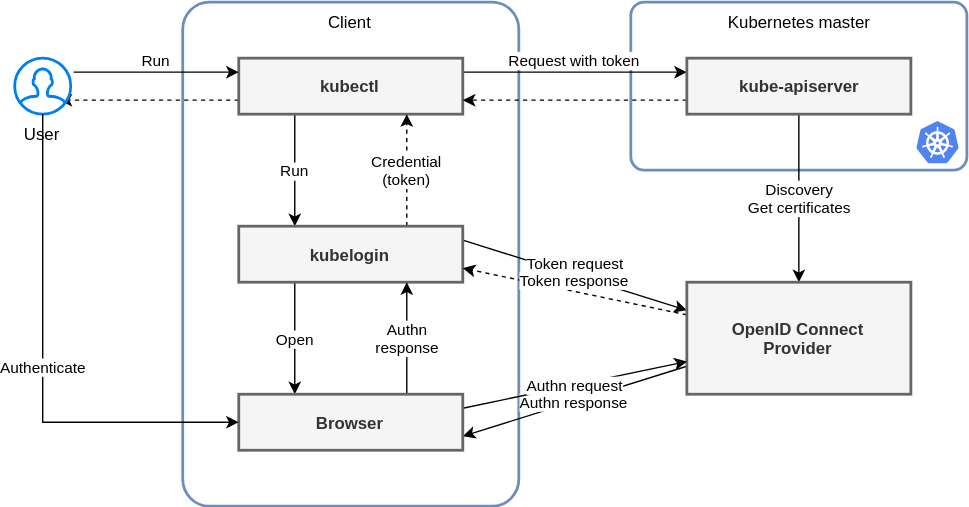
Earlier version of the draw.io export docs/credential-plugin-diagram.svg (int128/kubelogin). Source tidied: cells renumbered, new cells last; positions are measured from the earlier drawing's top-left corner, leaving out a move shared by most shapes.
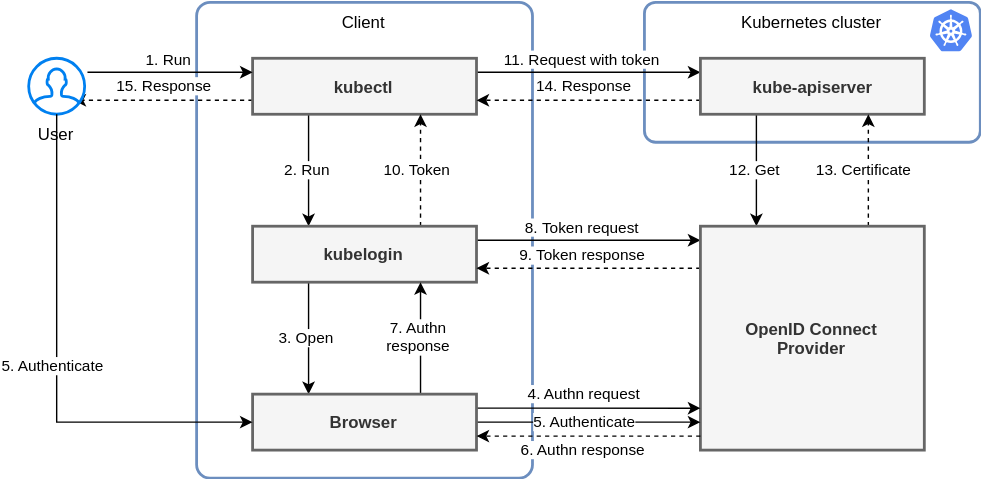
Above is the later version.

Change to the diagram source:
```diff
@@ -2,34 +2,34 @@
   <root>
     <mxCell id="0" />
     <mxCell id="1" parent="0" />
-    <mxCell id="2" value="Kubernetes master" style="rounded=1;whiteSpace=wrap;html=1;strokeWidth=2;fillColor=none;arcSize=8;strokeColor=#6c8ebf;verticalAlign=top;" parent="1" vertex="1">
-      <mxGeometry x="440" width="240" height="120" as="geometry" />
+    <mxCell id="2" value="Kubernetes cluster" style="rounded=1;whiteSpace=wrap;html=1;strokeWidth=2;fillColor=none;arcSize=8;strokeColor=#6c8ebf;verticalAlign=top;" parent="1" vertex="1">
+      <mxGeometry x="440" width="240" height="100" as="geometry" />
     </mxCell>
-    <mxCell id="3" value="Client" style="rounded=1;whiteSpace=wrap;html=1;strokeWidth=2;fillColor=none;arcSize=8;strokeColor=#6c8ebf;verticalAlign=top;" parent="1" vertex="1">
-      <mxGeometry x="120" width="240" height="360" as="geometry" />
+    <mxCell id="3" value="Client" style="rounded=1;whiteSpace=wrap;html=1;strokeWidth=2;fillColor=none;arcSize=4;strokeColor=#6c8ebf;verticalAlign=top;" parent="1" vertex="1">
+      <mxGeometry x="120" width="240" height="340" as="geometry" />
     </mxCell>
-    <mxCell id="4" value="Request with token" style="edgeStyle=orthogonalEdgeStyle;rounded=0;jettySize=auto;html=1;exitX=1;exitY=0.25;exitDx=0;exitDy=0;entryX=0;entryY=0.25;entryDx=0;entryDy=0;verticalAlign=bottom;" parent="1" edge="1" source="7" target="10">
+    <mxCell id="4" value="11. Request with token" style="edgeStyle=orthogonalEdgeStyle;rounded=0;jettySize=auto;html=1;exitX=1;exitY=0.25;exitDx=0;exitDy=0;entryX=0;entryY=0.25;entryDx=0;entryDy=0;verticalAlign=bottom;" parent="1" edge="1" source="7" target="10">
       <mxGeometry relative="1" as="geometry" />
     </mxCell>
-    <mxCell id="5" value="Run" style="edgeStyle=orthogonalEdgeStyle;rounded=0;jettySize=auto;html=1;exitX=0.25;exitY=1;exitDx=0;exitDy=0;entryX=0.25;entryY=0;entryDx=0;entryDy=0;" parent="1" edge="1" source="7" target="16">
+    <mxCell id="5" value="2. Run" style="edgeStyle=orthogonalEdgeStyle;rounded=0;jettySize=auto;html=1;exitX=0.25;exitY=1;exitDx=0;exitDy=0;entryX=0.25;entryY=0;entryDx=0;entryDy=0;" parent="1" edge="1" source="7" target="16">
       <mxGeometry relative="1" as="geometry" />
     </mxCell>
-    <mxCell id="6" style="rounded=0;jettySize=auto;html=1;exitX=0;exitY=0.75;exitDx=0;exitDy=0;entryX=0.8;entryY=0.75;entryDx=0;entryDy=0;entryPerimeter=0;dashed=1;" parent="1" edge="1" source="7" target="12">
-      <mxGeometry relative="1" as="geometry" />
+    <mxCell id="6" value="15. Response" style="rounded=0;jettySize=auto;html=1;exitX=0;exitY=0.75;exitDx=0;exitDy=0;entryX=0.8;entryY=0.75;entryDx=0;entryDy=0;entryPerimeter=0;dashed=1;" parent="1" edge="1" source="7" target="12">
+      <mxGeometry x="-0.06" y="-10" relative="1" as="geometry" />
     </mxCell>
     <mxCell id="7" value="kubectl" style="rounded=0;whiteSpace=wrap;html=1;fillColor=#f5f5f5;strokeColor=#666666;fontColor=#333333;strokeWidth=2;fontStyle=1;" parent="1" vertex="1">
       <mxGeometry x="160" y="40" width="160" height="40" as="geometry" />
     </mxCell>
-    <mxCell id="8" style="edgeStyle=orthogonalEdgeStyle;rounded=0;jettySize=auto;html=1;exitX=0;exitY=0.75;exitDx=0;exitDy=0;entryX=1;entryY=0.75;entryDx=0;entryDy=0;dashed=1;" parent="1" edge="1" source="10" target="7">
-      <mxGeometry relative="1" as="geometry" />
+    <mxCell id="8" value="14. Response" style="edgeStyle=orthogonalEdgeStyle;rounded=0;jettySize=auto;html=1;exitX=0;exitY=0.75;exitDx=0;exitDy=0;entryX=1;entryY=0.75;entryDx=0;entryDy=0;dashed=1;" parent="1" edge="1" source="10" target="7">
+      <mxGeometry y="-10" relative="1" as="geometry" />
     </mxCell>
-    <mxCell id="9" value="Discovery&lt;br&gt;Get certificates" style="edgeStyle=orthogonalEdgeStyle;rounded=0;jettySize=auto;html=1;exitX=0.5;exitY=1;exitDx=0;exitDy=0;" parent="1" edge="1" source="10" target="19">
+    <mxCell id="9" value="12. Get" style="edgeStyle=orthogonalEdgeStyle;rounded=0;jettySize=auto;html=1;exitX=0.25;exitY=1;exitDx=0;exitDy=0;entryX=0.25;entryY=0;entryDx=0;entryDy=0;" parent="1" edge="1" source="10" target="19">
       <mxGeometry relative="1" as="geometry" />
     </mxCell>
     <mxCell id="10" value="kube-apiserver" style="rounded=0;whiteSpace=wrap;html=1;fillColor=#f5f5f5;strokeColor=#666666;fontColor=#333333;strokeWidth=2;fontStyle=1;" parent="1" vertex="1">
       <mxGeometry x="480" y="40" width="160" height="40" as="geometry" />
     </mxCell>
-    <mxCell id="11" value="Run" style="rounded=0;jettySize=auto;html=1;entryX=0;entryY=0.25;entryDx=0;entryDy=0;verticalAlign=bottom;" parent="1" edge="1" target="7">
+    <mxCell id="11" value="1. Run" style="rounded=0;jettySize=auto;html=1;entryX=0;entryY=0.25;entryDx=0;entryDy=0;verticalAlign=bottom;" parent="1" edge="1" target="7">
       <mxGeometry relative="1" as="geometry">
         <mxPoint x="42" y="50" as="sourcePoint" />
       </mxGeometry>
@@ -37,43 +37,51 @@
     <mxCell id="12" value="User" style="html=1;verticalLabelPosition=bottom;align=center;labelBackgroundColor=#ffffff;verticalAlign=top;strokeWidth=2;strokeColor=#0080F0;fillColor=#ffffff;shadow=0;dashed=0;shape=mxgraph.ios7.icons.user;" parent="1" vertex="1">
       <mxGeometry y="40" width="40" height="40" as="geometry" />
     </mxCell>
-    <mxCell id="13" value="Credential&lt;br&gt;(token)" style="edgeStyle=orthogonalEdgeStyle;rounded=0;jettySize=auto;html=1;exitX=0.75;exitY=0;exitDx=0;exitDy=0;entryX=0.75;entryY=1;entryDx=0;entryDy=0;dashed=1;" parent="1" edge="1" source="16" target="7">
+    <mxCell id="13" value="10. Token" style="edgeStyle=orthogonalEdgeStyle;rounded=0;jettySize=auto;html=1;exitX=0.75;exitY=0;exitDx=0;exitDy=0;entryX=0.75;entryY=1;entryDx=0;entryDy=0;dashed=1;" parent="1" edge="1" source="16" target="7">
       <mxGeometry relative="1" as="geometry" />
     </mxCell>
-    <mxCell id="14" value="Token request" style="edgeStyle=none;rounded=0;jettySize=auto;html=1;exitX=1;exitY=0.25;exitDx=0;exitDy=0;verticalAlign=bottom;entryX=0;entryY=0.25;entryDx=0;entryDy=0;" parent="1" edge="1" source="16" target="19">
+    <mxCell id="14" value="8.&amp;nbsp;Token request" style="edgeStyle=none;rounded=0;jettySize=auto;html=1;exitX=1;exitY=0.25;exitDx=0;exitDy=0;verticalAlign=bottom;entryX=0;entryY=0.063;entryDx=0;entryDy=0;entryPerimeter=0;" parent="1" edge="1" source="16" target="19">
       <mxGeometry relative="1" as="geometry" />
     </mxCell>
-    <mxCell id="15" value="Open" style="edgeStyle=none;rounded=0;jettySize=auto;html=1;entryX=0.25;entryY=0;entryDx=0;entryDy=0;exitX=0.25;exitY=1;exitDx=0;exitDy=0;" parent="1" edge="1" source="16" target="22">
+    <mxCell id="15" value="3. Open" style="edgeStyle=none;rounded=0;jettySize=auto;html=1;entryX=0.25;entryY=0;entryDx=0;entryDy=0;exitX=0.25;exitY=1;exitDx=0;exitDy=0;" parent="1" edge="1" source="16" target="22">
       <mxGeometry relative="1" as="geometry" />
     </mxCell>
     <mxCell id="16" value="kubelogin" style="rounded=0;whiteSpace=wrap;html=1;fillColor=#f5f5f5;strokeColor=#666666;fontColor=#333333;strokeWidth=2;fontStyle=1;" parent="1" vertex="1">
       <mxGeometry x="160" y="160" width="160" height="40" as="geometry" />
     </mxCell>
-    <mxCell id="17" value="Token response" style="edgeStyle=none;rounded=0;jettySize=auto;html=1;verticalAlign=bottom;entryX=1;entryY=0.75;entryDx=0;entryDy=0;dashed=1;" parent="1" edge="1" source="19" target="16">
+    <mxCell id="17" value="9. Token response" style="edgeStyle=none;rounded=0;jettySize=auto;html=1;verticalAlign=bottom;entryX=1;entryY=0.75;entryDx=0;entryDy=0;dashed=1;exitX=0;exitY=0.188;exitDx=0;exitDy=0;exitPerimeter=0;" parent="1" edge="1" source="19" target="16">
       <mxGeometry relative="1" as="geometry" />
     </mxCell>
-    <mxCell id="18" value="Authn response" style="edgeStyle=none;rounded=0;jettySize=auto;html=1;exitX=0;exitY=0.75;exitDx=0;exitDy=0;entryX=1;entryY=0.75;entryDx=0;entryDy=0;" parent="1" edge="1" source="19" target="22">
-      <mxGeometry relative="1" as="geometry" />
-    </mxCell>
+    <mxCell id="25" value="13. Certificate" style="edgeStyle=orthogonalEdgeStyle;rounded=0;jettySize=auto;html=1;exitX=0.75;exitY=0;exitDx=0;exitDy=0;entryX=0.75;entryY=1;entryDx=0;entryDy=0;dashed=1;" parent="1" edge="1" source="19" target="10">
+      <mxGeometry relative="1" as="geometry" />
+    </mxCell>
     <mxCell id="19" value="OpenID Connect&lt;br&gt;Provider" style="rounded=0;whiteSpace=wrap;html=1;fillColor=#f5f5f5;strokeColor=#666666;fontColor=#333333;strokeWidth=2;fontStyle=1;" parent="1" vertex="1">
-      <mxGeometry x="480" y="200" width="160" height="80" as="geometry" />
+      <mxGeometry x="480" y="160" width="160" height="160" as="geometry" />
     </mxCell>
-    <mxCell id="20" value="Authn request" style="rounded=0;jettySize=auto;html=1;exitX=1;exitY=0.25;exitDx=0;exitDy=0;" parent="1" edge="1" source="22" target="19">
-      <mxGeometry relative="1" as="geometry" />
+    <mxCell id="20" value="4. Authn request" style="rounded=0;jettySize=auto;html=1;exitX=1;exitY=0.25;exitDx=0;exitDy=0;entryX=0;entryY=0.813;entryDx=0;entryDy=0;entryPerimeter=0;" parent="1" edge="1" source="22" target="19">
+      <mxGeometry y="10" relative="1" as="geometry" />
     </mxCell>
-    <mxCell id="21" value="Authn&lt;br&gt;response" style="edgeStyle=orthogonalEdgeStyle;rounded=0;jettySize=auto;html=1;exitX=0.75;exitY=0;exitDx=0;exitDy=0;entryX=0.75;entryY=1;entryDx=0;entryDy=0;" parent="1" edge="1" source="22" target="16">
+    <mxCell id="21" value="7. Authn&lt;br&gt;response" style="edgeStyle=orthogonalEdgeStyle;rounded=0;jettySize=auto;html=1;exitX=0.75;exitY=0;exitDx=0;exitDy=0;entryX=0.75;entryY=1;entryDx=0;entryDy=0;" parent="1" edge="1" source="22" target="16">
       <mxGeometry relative="1" as="geometry" />
     </mxCell>
+    <mxCell id="26" value="5. Authenticate" style="edgeStyle=orthogonalEdgeStyle;rounded=0;jettySize=auto;html=1;exitX=1;exitY=0.5;exitDx=0;exitDy=0;entryX=0;entryY=0.875;entryDx=0;entryDy=0;entryPerimeter=0;" parent="1" edge="1" source="22" target="19">
+      <mxGeometry relative="1" as="geometry" />
+    </mxCell>
     <mxCell id="22" value="Browser" style="rounded=0;whiteSpace=wrap;html=1;fillColor=#f5f5f5;strokeColor=#666666;fontColor=#333333;strokeWidth=2;fontStyle=1;" parent="1" vertex="1">
       <mxGeometry x="160" y="280" width="160" height="40" as="geometry" />
     </mxCell>
-    <mxCell id="23" value="Authenticate" style="endArrow=classic;html=1;entryX=0;entryY=0.5;entryDx=0;entryDy=0;edgeStyle=orthogonalEdgeStyle;rounded=0;exitX=0.5;exitY=1;exitDx=0;exitDy=0;exitPerimeter=0;" parent="1" edge="1" source="12" target="22">
+    <mxCell id="23" value="5. Authenticate" style="endArrow=classic;html=1;entryX=0;entryY=0.5;entryDx=0;entryDy=0;edgeStyle=orthogonalEdgeStyle;rounded=0;exitX=0.5;exitY=1;exitDx=0;exitDy=0;exitPerimeter=0;" parent="1" edge="1" source="12" target="22">
       <mxGeometry relative="1" as="geometry" />
     </mxCell>
     <mxCell id="24" style="html=1;fillColor=#5184F3;strokeColor=none;shape=mxgraph.gcp2.kubernetes_logo;labelPosition=right;verticalLabelPosition=middle;fontColor=#999999;fontSize=12;" parent="1" vertex="1">
-      <mxGeometry x="644" y="85" width="30" height="30" as="geometry">
+      <mxGeometry x="644" y="5" width="30" height="30" as="geometry">
         <mxPoint x="5" y="8" as="offset" />
       </mxGeometry>
     </mxCell>
+    <mxCell id="18" value="6. Authn response" style="edgeStyle=none;rounded=0;jettySize=auto;html=1;entryX=1;entryY=0.75;entryDx=0;entryDy=0;dashed=1;" parent="1" edge="1" target="22">
+      <mxGeometry y="10" relative="1" as="geometry">
+        <mxPoint x="480" y="310" as="sourcePoint" />
+      </mxGeometry>
+    </mxCell>
   </root>
 </mxGraphModel>
```
